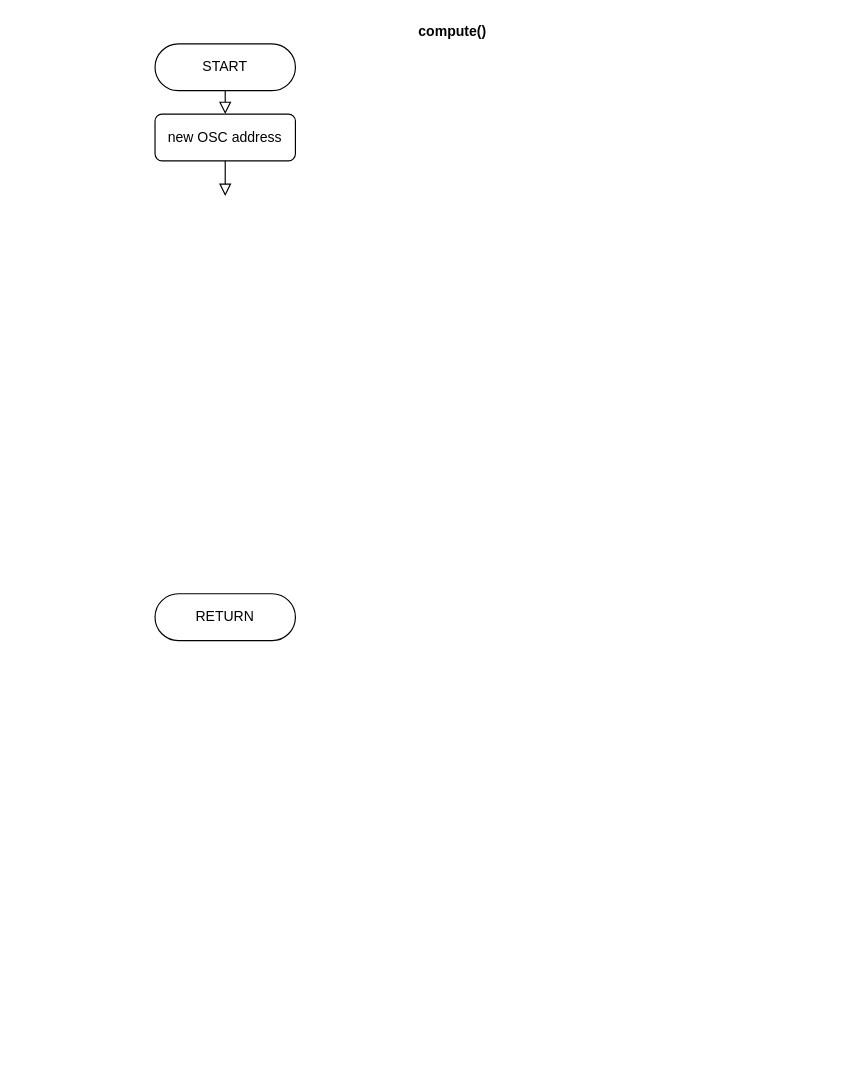
Above: page "compute()" (3 of 3) of Audio1/diagram.drawio in spatmus/alps (draw.io), before the change. Source tidied: cells renumbered, new cells numbered last; positions are measured from the earlier drawing's top-left corner, leaving out a move shared by most shapes. Both pictures are drawn from the tidied source at 117%, with x=0, y=0 at pixel (154, 20).
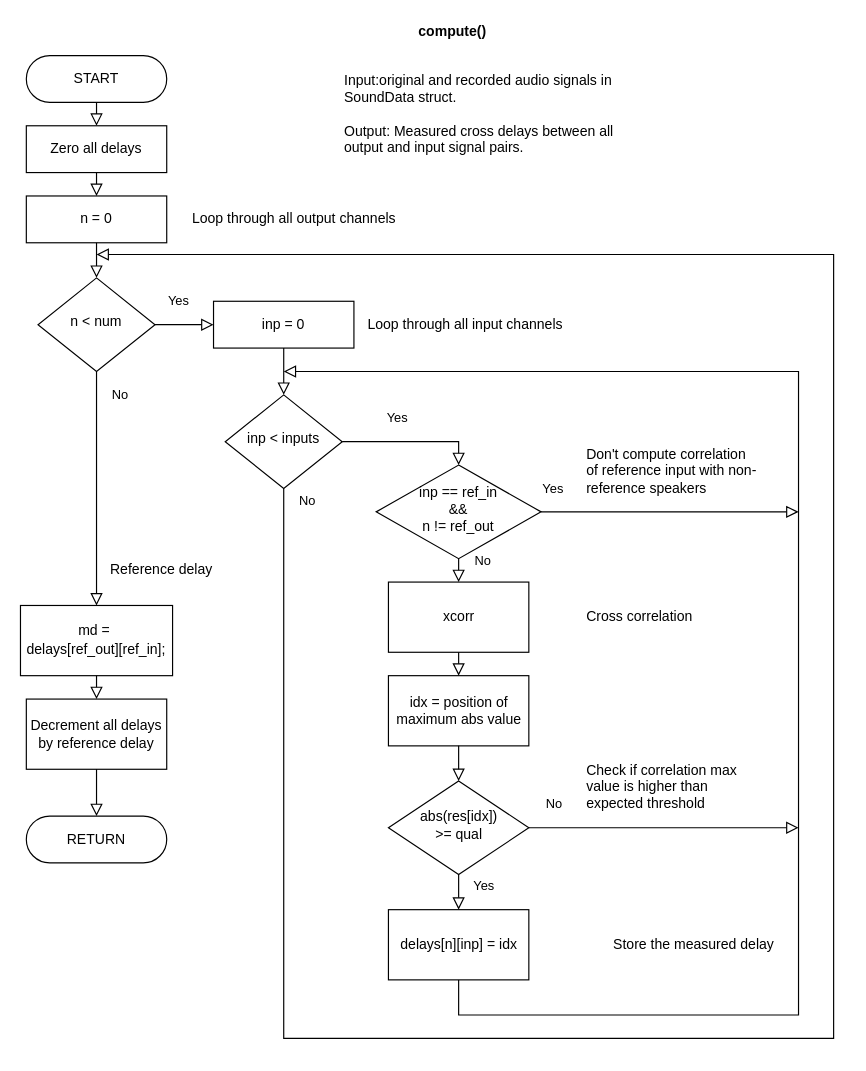
The same page after the edit.

Commit message (it also covers changes not shown here):
The compute() function

What changed in the source:
```diff
@@
-    <mxCell id="2" value="START" style="rounded=1;whiteSpace=wrap;html=1;fontSize=12;glass=0;strokeWidth=1;shadow=0;arcSize=50;" parent="1" vertex="1">
-      <mxGeometry y="20" width="120" height="40" as="geometry" />
+    <mxCell id="2" value="START" style="whiteSpace=wrap;html=1;fontSize=12;glass=0;strokeWidth=1;shadow=0;arcSize=50;rounded=1;" parent="1" vertex="1">
+      <mxGeometry x="-110" y="30" width="120" height="40" as="geometry" />
     </mxCell>
-    <mxCell id="3" value="RETURN" style="rounded=1;whiteSpace=wrap;html=1;fontSize=12;glass=0;strokeWidth=1;shadow=0;arcSize=50;" parent="1" vertex="1">
-      <mxGeometry y="490" width="120" height="40" as="geometry" />
+    <mxCell id="3" value="RETURN" style="whiteSpace=wrap;html=1;fontSize=12;glass=0;strokeWidth=1;shadow=0;arcSize=50;rounded=1;" parent="1" vertex="1">
+      <mxGeometry x="-110" y="680" width="120" height="40" as="geometry" />
     </mxCell>
-    <mxCell id="4" value="new OSC address" style="rounded=1;whiteSpace=wrap;html=1;" parent="1" vertex="1">
-      <mxGeometry y="80" width="120" height="40" as="geometry" />
+    <mxCell id="4" value="n = 0" style="whiteSpace=wrap;html=1;" parent="1" vertex="1">
+      <mxGeometry x="-110" y="150" width="120" height="40" as="geometry" />
     </mxCell>
-    <mxCell id="5" style="rounded=0;html=1;jettySize=auto;fontSize=11;endArrow=block;endFill=0;endSize=8;strokeWidth=1;shadow=0;labelBackgroundColor=none;edgeStyle=orthogonalEdgeStyle;exitX=0.5;exitY=1;exitDx=0;exitDy=0;" parent="1" edge="1" source="2">
+    <mxCell id="5" style="html=1;jettySize=auto;fontSize=11;endArrow=block;endFill=0;endSize=8;strokeWidth=1;shadow=0;labelBackgroundColor=none;edgeStyle=orthogonalEdgeStyle;exitX=0.5;exitY=1;exitDx=0;exitDy=0;rounded=0;" parent="1" edge="1" source="2">
       <mxGeometry relative="1" as="geometry">
-        <mxPoint x="60" y="80" as="targetPoint" />
+        <mxPoint x="-50" y="90" as="targetPoint" />
       </mxGeometry>
     </mxCell>
-    <mxCell id="6" style="rounded=0;html=1;jettySize=auto;fontSize=11;endArrow=block;endFill=0;endSize=8;strokeWidth=1;shadow=0;labelBackgroundColor=none;edgeStyle=orthogonalEdgeStyle;entryX=0.5;entryY=0;entryDx=0;entryDy=0;exitX=0.5;exitY=1;exitDx=0;exitDy=0;" parent="1" edge="1" source="4">
+    <mxCell id="6" style="html=1;jettySize=auto;fontSize=11;endArrow=block;endFill=0;endSize=8;strokeWidth=1;shadow=0;labelBackgroundColor=none;edgeStyle=orthogonalEdgeStyle;entryX=0.5;entryY=0;entryDx=0;entryDy=0;exitX=0.5;exitY=1;exitDx=0;exitDy=0;rounded=0;" parent="1" edge="1" source="4">
       <mxGeometry relative="1" as="geometry">
-        <mxPoint x="60" y="150" as="targetPoint" />
+        <mxPoint x="-50" y="220" as="targetPoint" />
       </mxGeometry>
     </mxCell>
@@
+    <mxCell id="8" value="n &amp;lt; num" style="rhombus;whiteSpace=wrap;html=1;shadow=0;fontFamily=Helvetica;fontSize=12;align=center;strokeWidth=1;spacing=6;spacingTop=-4;" parent="1" vertex="1">
+      <mxGeometry x="-100" y="220" width="100" height="80" as="geometry" />
+    </mxCell>
+    <mxCell id="9" value="Yes" style="edgeStyle=orthogonalEdgeStyle;html=1;jettySize=auto;fontSize=11;endArrow=block;endFill=0;endSize=8;strokeWidth=1;shadow=0;labelBackgroundColor=none;exitX=1;exitY=0.5;exitDx=0;exitDy=0;entryX=0;entryY=0.5;entryDx=0;entryDy=0;rounded=0;" parent="1" edge="1" source="8">
+      <mxGeometry x="-0.21" y="20" relative="1" as="geometry">
+        <mxPoint x="50" y="260" as="targetPoint" />
+      </mxGeometry>
+    </mxCell>
+    <mxCell id="10" value="No" style="html=1;jettySize=auto;fontSize=11;endArrow=block;endFill=0;endSize=8;strokeWidth=1;shadow=0;labelBackgroundColor=none;edgeStyle=orthogonalEdgeStyle;exitX=0.5;exitY=1;exitDx=0;exitDy=0;entryX=0.5;entryY=0;entryDx=0;entryDy=0;rounded=0;" parent="1" edge="1" source="8" target="23">
+      <mxGeometry x="-0.8" y="20" relative="1" as="geometry" />
+    </mxCell>
+    <mxCell id="11" style="html=1;jettySize=auto;fontSize=11;endArrow=block;endFill=0;endSize=8;strokeWidth=1;shadow=0;labelBackgroundColor=none;edgeStyle=orthogonalEdgeStyle;rounded=0;exitX=0.5;exitY=1;exitDx=0;exitDy=0;" parent="1" edge="1" source="35">
+      <mxGeometry relative="1" as="geometry">
+        <mxPoint x="110" y="300" as="targetPoint" />
+        <Array as="points">
+          <mxPoint x="260" y="850" />
+          <mxPoint x="550" y="850" />
+          <mxPoint x="550" y="300" />
+        </Array>
+      </mxGeometry>
+    </mxCell>
+    <mxCell id="12" value="inp &amp;lt; inputs" style="rhombus;whiteSpace=wrap;html=1;shadow=0;fontFamily=Helvetica;fontSize=12;align=center;strokeWidth=1;spacing=6;spacingTop=-4;" parent="1" vertex="1">
+      <mxGeometry x="60" y="320" width="100" height="80" as="geometry" />
+    </mxCell>
+    <mxCell id="13" value="Yes" style="edgeStyle=orthogonalEdgeStyle;html=1;jettySize=auto;fontSize=11;endArrow=block;endFill=0;endSize=8;strokeWidth=1;shadow=0;labelBackgroundColor=none;exitX=1;exitY=0.5;exitDx=0;exitDy=0;entryX=0.5;entryY=0;entryDx=0;entryDy=0;rounded=0;" parent="1" edge="1" source="12" target="19">
+      <mxGeometry x="-0.21" y="20" relative="1" as="geometry" />
+    </mxCell>
+    <mxCell id="14" value="No" style="html=1;jettySize=auto;fontSize=11;endArrow=block;endFill=0;endSize=8;strokeWidth=1;shadow=0;labelBackgroundColor=none;edgeStyle=orthogonalEdgeStyle;exitX=0.5;exitY=1;exitDx=0;exitDy=0;rounded=0;" parent="1" edge="1" source="12">
+      <mxGeometry x="-0.99" y="20" relative="1" as="geometry">
+        <mxPoint x="-50" y="200" as="targetPoint" />
+        <Array as="points">
+          <mxPoint x="110" y="870" />
+          <mxPoint x="580" y="870" />
+          <mxPoint x="580" y="200" />
+        </Array>
+      </mxGeometry>
+    </mxCell>
+    <mxCell id="15" value="Loop through all output channels" style="text;html=1;strokeColor=none;fillColor=none;align=left;verticalAlign=middle;whiteSpace=wrap;" parent="1" vertex="1">
+      <mxGeometry x="30" y="160" width="210" height="20" as="geometry" />
+    </mxCell>
+    <mxCell id="16" value="Loop through all input channels" style="text;html=1;strokeColor=none;fillColor=none;align=left;verticalAlign=middle;whiteSpace=wrap;" parent="1" vertex="1">
+      <mxGeometry x="180" y="250" width="187" height="20" as="geometry" />
+    </mxCell>
+    <mxCell id="17" value="inp = 0" style="whiteSpace=wrap;html=1;" parent="1" vertex="1">
+      <mxGeometry x="50" y="240" width="120" height="40" as="geometry" />
+    </mxCell>
+    <mxCell id="18" style="html=1;jettySize=auto;fontSize=11;endArrow=block;endFill=0;endSize=8;strokeWidth=1;shadow=0;labelBackgroundColor=none;edgeStyle=orthogonalEdgeStyle;entryX=0.5;entryY=0;entryDx=0;entryDy=0;exitX=0.5;exitY=1;exitDx=0;exitDy=0;rounded=0;" parent="1" edge="1" source="17" target="12">
+      <mxGeometry relative="1" as="geometry" />
+    </mxCell>
+    <mxCell id="19" value="inp == ref_in &lt;br&gt;&amp;amp;&amp;amp; &lt;br&gt;n != ref_out" style="rhombus;whiteSpace=wrap;html=1;shadow=0;fontFamily=Helvetica;fontSize=12;align=center;strokeWidth=1;spacing=6;spacingTop=-4;" parent="1" vertex="1">
+      <mxGeometry x="189" y="380" width="141" height="80" as="geometry" />
+    </mxCell>
+    <mxCell id="20" value="Don't compute correlation of reference input with non-reference speakers" style="text;html=1;strokeColor=none;fillColor=none;align=left;verticalAlign=middle;whiteSpace=wrap;rounded=0;" parent="1" vertex="1">
+      <mxGeometry x="367" y="360" width="150" height="50" as="geometry" />
+    </mxCell>
+    <mxCell id="21" value="Yes" style="edgeStyle=orthogonalEdgeStyle;html=1;jettySize=auto;fontSize=11;endArrow=block;endFill=0;endSize=8;strokeWidth=1;shadow=0;labelBackgroundColor=none;exitX=1;exitY=0.5;exitDx=0;exitDy=0;rounded=0;" parent="1" edge="1" source="19">
+      <mxGeometry x="-0.91" y="20" relative="1" as="geometry">
+        <mxPoint x="550" y="420" as="targetPoint" />
+      </mxGeometry>
+    </mxCell>
+    <mxCell id="22" value="Decrement all delays&lt;br&gt;by reference delay" style="rounded=0;whiteSpace=wrap;html=1;align=center;" parent="1" vertex="1">
+      <mxGeometry x="-110" y="580" width="120" height="60" as="geometry" />
+    </mxCell>
+    <mxCell id="23" value="&lt;pre style=&quot;margin-top: 0px ; margin-bottom: 0px&quot;&gt;&lt;font face=&quot;Helvetica&quot;&gt;md = &lt;/font&gt;&lt;/pre&gt;&lt;pre style=&quot;margin-top: 0px ; margin-bottom: 0px&quot;&gt;&lt;font face=&quot;Helvetica&quot;&gt;delays[ref_out][ref_in];&lt;/font&gt;&lt;/pre&gt;" style="rounded=0;whiteSpace=wrap;html=1;align=center;" parent="1" vertex="1">
+      <mxGeometry x="-115" y="500" width="130" height="60" as="geometry" />
+    </mxCell>
+    <mxCell id="24" style="html=1;jettySize=auto;fontSize=11;endArrow=block;endFill=0;endSize=8;strokeWidth=1;shadow=0;labelBackgroundColor=none;edgeStyle=orthogonalEdgeStyle;entryX=0.5;entryY=0;entryDx=0;entryDy=0;rounded=0;exitX=0.5;exitY=1;exitDx=0;exitDy=0;" parent="1" edge="1" source="23" target="22">
+      <mxGeometry relative="1" as="geometry" />
+    </mxCell>
+    <mxCell id="25" value="Zero all delays" style="whiteSpace=wrap;html=1;" parent="1" vertex="1">
+      <mxGeometry x="-110" y="90" width="120" height="40" as="geometry" />
+    </mxCell>
+    <mxCell id="26" style="html=1;jettySize=auto;fontSize=11;endArrow=block;endFill=0;endSize=8;strokeWidth=1;shadow=0;labelBackgroundColor=none;edgeStyle=orthogonalEdgeStyle;rounded=0;entryX=0.5;entryY=0;entryDx=0;entryDy=0;" parent="1" edge="1" target="4">
+      <mxGeometry relative="1" as="geometry">
+        <mxPoint x="-50" y="130" as="sourcePoint" />
+      </mxGeometry>
+    </mxCell>
+    <mxCell id="27" value="xcorr" style="rounded=0;whiteSpace=wrap;html=1;align=center;" parent="1" vertex="1">
+      <mxGeometry x="199.5" y="480" width="120" height="60" as="geometry" />
+    </mxCell>
+    <mxCell id="28" value="No" style="html=1;jettySize=auto;fontSize=11;endArrow=block;endFill=0;endSize=8;strokeWidth=1;shadow=0;labelBackgroundColor=none;edgeStyle=orthogonalEdgeStyle;exitX=0.5;exitY=1;exitDx=0;exitDy=0;rounded=0;entryX=0.5;entryY=0;entryDx=0;entryDy=0;" parent="1" edge="1" source="19" target="27">
+      <mxGeometry x="-0.8" y="20" relative="1" as="geometry" />
+    </mxCell>
+    <mxCell id="29" value="idx = position of maximum abs value" style="rounded=0;whiteSpace=wrap;html=1;align=center;" parent="1" vertex="1">
+      <mxGeometry x="199.5" y="560" width="120" height="60" as="geometry" />
+    </mxCell>
+    <mxCell id="30" style="html=1;jettySize=auto;fontSize=11;endArrow=block;endFill=0;endSize=8;strokeWidth=1;shadow=0;labelBackgroundColor=none;edgeStyle=orthogonalEdgeStyle;entryX=0.5;entryY=0;entryDx=0;entryDy=0;exitX=0.5;exitY=1;exitDx=0;exitDy=0;rounded=0;" parent="1" edge="1" source="27" target="29">
+      <mxGeometry relative="1" as="geometry" />
+    </mxCell>
+    <mxCell id="31" value="abs(res[idx]) &lt;br&gt;&amp;gt;= qual" style="rhombus;whiteSpace=wrap;html=1;shadow=0;fontFamily=Helvetica;fontSize=12;align=center;strokeWidth=1;spacing=6;spacingTop=-4;" parent="1" vertex="1">
+      <mxGeometry x="199.5" y="650" width="120" height="80" as="geometry" />
+    </mxCell>
+    <mxCell id="32" style="html=1;jettySize=auto;fontSize=11;endArrow=block;endFill=0;endSize=8;strokeWidth=1;shadow=0;labelBackgroundColor=none;edgeStyle=orthogonalEdgeStyle;entryX=0.5;entryY=0;entryDx=0;entryDy=0;rounded=0;exitX=0.5;exitY=1;exitDx=0;exitDy=0;" parent="1" edge="1" source="29" target="31">
+      <mxGeometry relative="1" as="geometry" />
+    </mxCell>
+    <mxCell id="33" value="No" style="html=1;jettySize=auto;fontSize=11;endArrow=block;endFill=0;endSize=8;strokeWidth=1;shadow=0;labelBackgroundColor=none;edgeStyle=orthogonalEdgeStyle;rounded=0;exitX=1;exitY=0.5;exitDx=0;exitDy=0;" parent="1" edge="1" source="31">
+      <mxGeometry x="-0.82" y="20" relative="1" as="geometry">
+        <mxPoint x="550" y="690" as="targetPoint" />
+      </mxGeometry>
+    </mxCell>
+    <mxCell id="34" value="Yes" style="edgeStyle=orthogonalEdgeStyle;html=1;jettySize=auto;fontSize=11;endArrow=block;endFill=0;endSize=8;strokeWidth=1;shadow=0;labelBackgroundColor=none;exitX=0.5;exitY=1;exitDx=0;exitDy=0;rounded=0;entryX=0.5;entryY=0;entryDx=0;entryDy=0;" parent="1" edge="1" source="31" target="35">
+      <mxGeometry x="-0.33" y="21" relative="1" as="geometry" />
+    </mxCell>
+    <mxCell id="35" value="delays[n][inp] = idx" style="rounded=0;whiteSpace=wrap;html=1;align=center;" parent="1" vertex="1">
+      <mxGeometry x="199.5" y="760" width="120" height="60" as="geometry" />
+    </mxCell>
+    <mxCell id="36" style="html=1;jettySize=auto;fontSize=11;endArrow=block;endFill=0;endSize=8;strokeWidth=1;shadow=0;labelBackgroundColor=none;edgeStyle=orthogonalEdgeStyle;entryX=0.5;entryY=0;entryDx=0;entryDy=0;rounded=0;exitX=0.5;exitY=1;exitDx=0;exitDy=0;" parent="1" edge="1" source="22" target="3">
+      <mxGeometry relative="1" as="geometry" />
+    </mxCell>
+    <mxCell id="37" value="Reference delay" style="text;html=1;strokeColor=none;fillColor=none;align=left;verticalAlign=middle;whiteSpace=wrap;rounded=0;" parent="1" vertex="1">
+      <mxGeometry x="-40" y="460" width="100" height="20" as="geometry" />
+    </mxCell>
+    <mxCell id="38" value="Check if correlation max value is higher than expected threshold" style="text;html=1;strokeColor=none;fillColor=none;align=left;verticalAlign=middle;whiteSpace=wrap;rounded=0;" parent="1" vertex="1">
+      <mxGeometry x="367" y="630" width="140" height="50" as="geometry" />
+    </mxCell>
+    <mxCell id="39" value="Store the measured delay" style="text;html=1;strokeColor=none;fillColor=none;align=left;verticalAlign=middle;whiteSpace=wrap;rounded=0;" parent="1" vertex="1">
+      <mxGeometry x="390" y="780" width="150" height="20" as="geometry" />
+    </mxCell>
+    <mxCell id="40" value="Input:original and recorded audio signals in SoundData struct.&lt;br&gt;&lt;br&gt;Output: Measured cross delays between all output and input signal pairs.&amp;nbsp;" style="text;html=1;strokeColor=none;fillColor=none;align=left;verticalAlign=middle;whiteSpace=wrap;rounded=0;" parent="1" vertex="1">
+      <mxGeometry x="160" y="40" width="250" height="80" as="geometry" />
+    </mxCell>
+    <mxCell id="41" value="Cross correlation" style="text;html=1;strokeColor=none;fillColor=none;align=left;verticalAlign=middle;whiteSpace=wrap;rounded=0;" parent="1" vertex="1">
+      <mxGeometry x="367" y="500" width="130" height="20" as="geometry" />
+    </mxCell>
```
